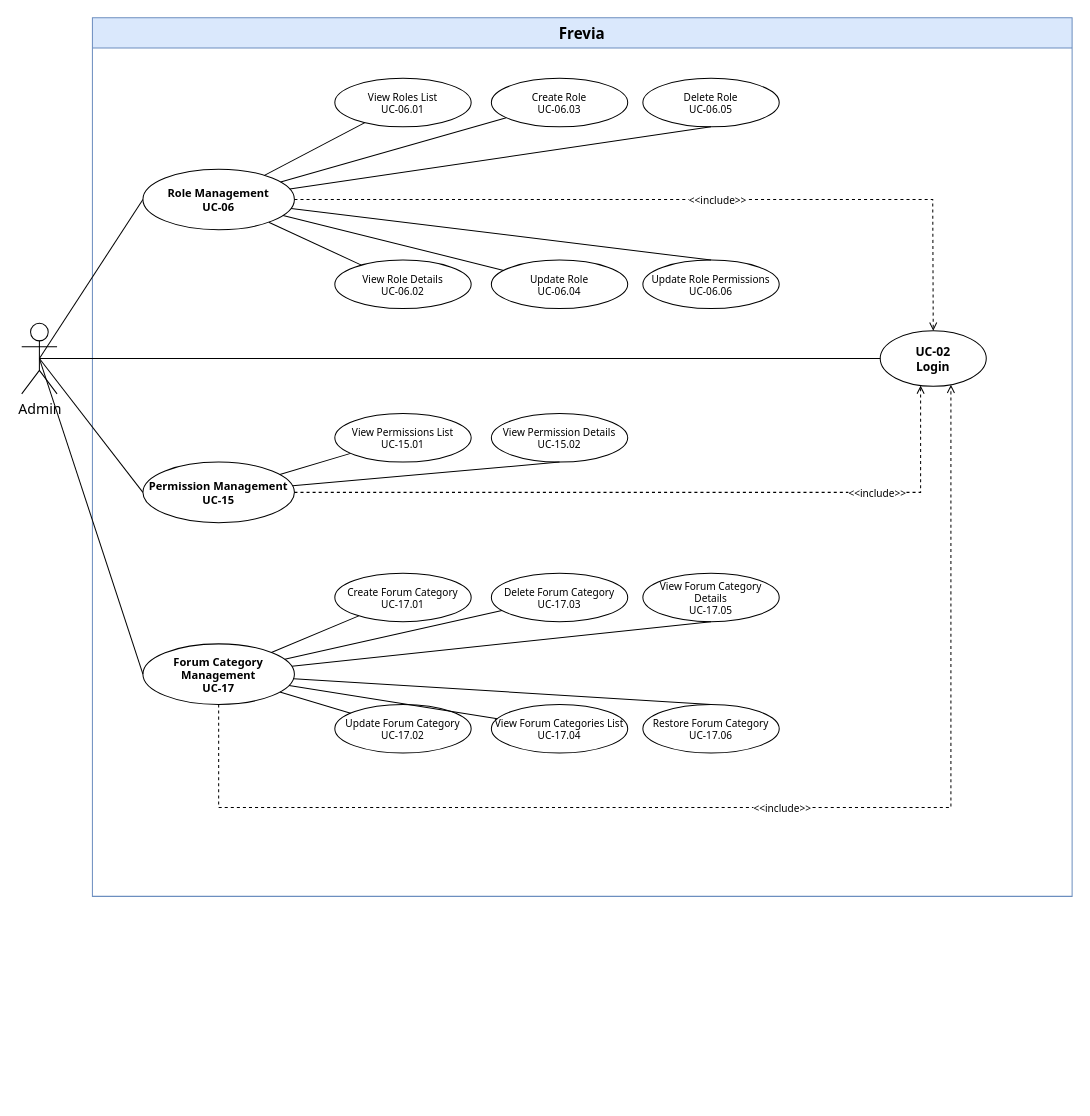
Above: page "Admin 2/4" (2 of 4) of uc-diagrams/Admin.drawio in Thunggg/Frevia (draw.io), before the change. Source tidied: cells renumbered, new cells numbered last; positions are measured from the earlier drawing's top-left corner, leaving out a move shared by most shapes. Both pictures are drawn from the tidied source at 101%, with x=0, y=0 at pixel (21, 17).
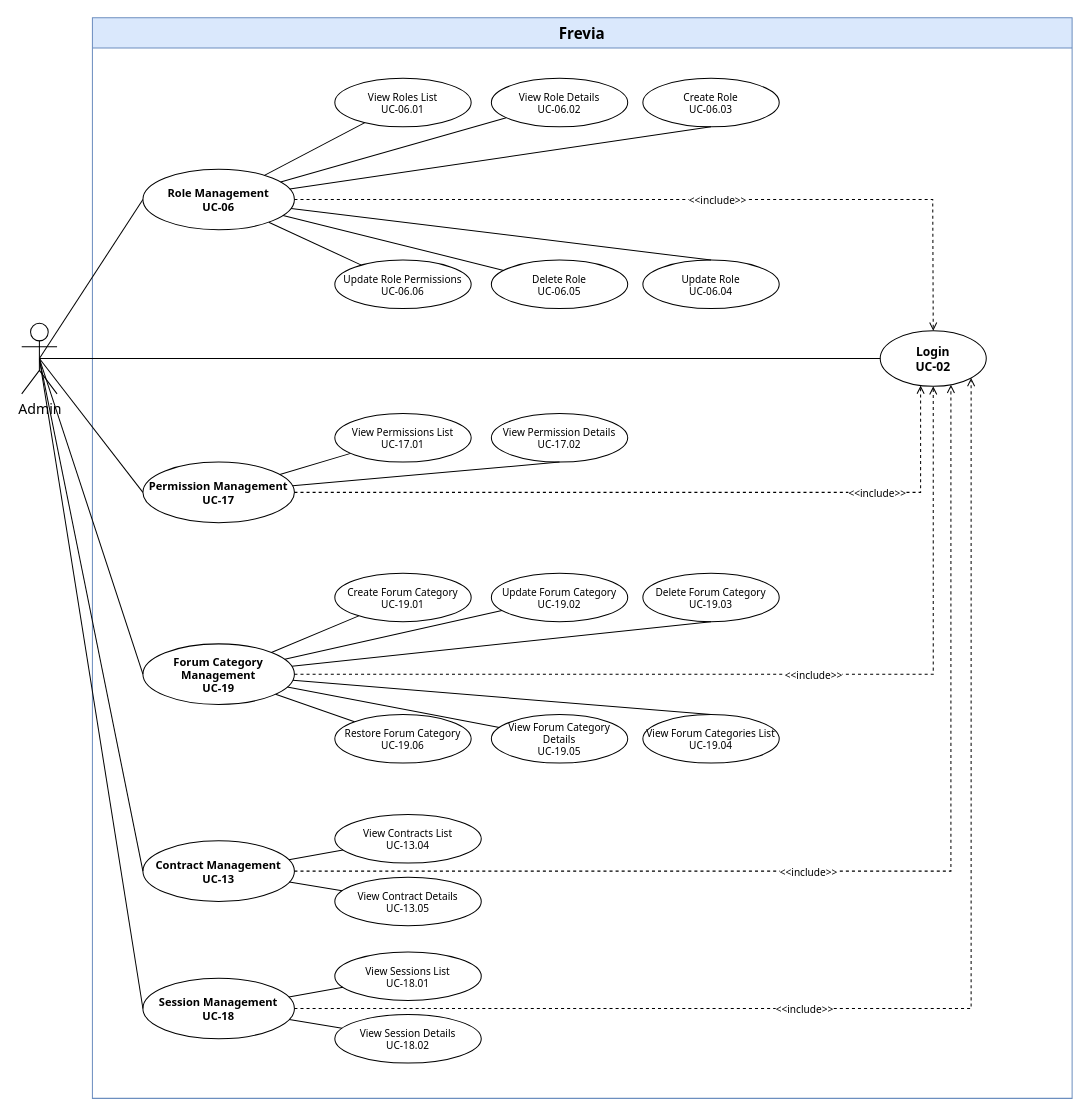
After the change.

The change refers to these unchanged cells:
```xml
<mxCell id="30" value="Admin" style="shape=umlActor;verticalLabelPosition=bottom;verticalAlign=top;html=1;outlineConnect=0;fontSize=14;fontFamily=Tahoma;" parent="1" vertex="1">
  <mxGeometry y="302.5" width="35" height="70" as="geometry" />
</mxCell>
```

What changed in the source:
```diff
@@
     <mxCell id="2" value="Frevia" style="swimlane;whiteSpace=wrap;html=1;startSize=30;fontSize=15;fontFamily=Tahoma;fontStyle=1;fillColor=#dae8fc;strokeColor=#6c8ebf;" parent="1" vertex="1">
-      <mxGeometry x="70" width="970" height="870" as="geometry" />
+      <mxGeometry x="70" width="970" height="1070" as="geometry" />
     </mxCell>
-    <mxCell id="3" value="UC-02&#10;Login" style="ellipse;whiteSpace=wrap;html=1;fontSize=12;fontFamily=Tahoma;fontStyle=1;fillColor=#ffffff;strokeColor=#000000;" parent="2" vertex="1">
+    <mxCell id="3" value="Login&#10;UC-02" style="ellipse;whiteSpace=wrap;html=1;fontSize=12;fontFamily=Tahoma;fontStyle=1;fillColor=#ffffff;strokeColor=#000000;" parent="2" vertex="1">
       <mxGeometry x="780" y="310" width="105" height="55" as="geometry" />
     </mxCell>
@@
-    <mxCell id="6" value="View Role Details&#10;UC-06.02" style="ellipse;whiteSpace=wrap;html=1;fontSize=10;fontFamily=Tahoma;fillColor=#ffffff;strokeColor=#000000;" parent="2" vertex="1">
+    <mxCell id="6" value="Update Role Permissions&#10;UC-06.06" style="ellipse;whiteSpace=wrap;html=1;fontSize=10;fontFamily=Tahoma;fillColor=#ffffff;strokeColor=#000000;" parent="2" vertex="1">
       <mxGeometry x="240" y="240" width="135" height="48" as="geometry" />
     </mxCell>
-    <mxCell id="7" value="Create Role&#10;UC-06.03" style="ellipse;whiteSpace=wrap;html=1;fontSize=10;fontFamily=Tahoma;fillColor=#ffffff;strokeColor=#000000;" parent="2" vertex="1">
+    <mxCell id="7" value="View Role Details&#10;UC-06.02" style="ellipse;whiteSpace=wrap;html=1;fontSize=10;fontFamily=Tahoma;fillColor=#ffffff;strokeColor=#000000;" parent="2" vertex="1">
       <mxGeometry x="395" y="60" width="135" height="48" as="geometry" />
     </mxCell>
-    <mxCell id="8" value="Update Role&#10;UC-06.04" style="ellipse;whiteSpace=wrap;html=1;fontSize=10;fontFamily=Tahoma;fillColor=#ffffff;strokeColor=#000000;" parent="2" vertex="1">
+    <mxCell id="8" value="Delete Role&#10;UC-06.05" style="ellipse;whiteSpace=wrap;html=1;fontSize=10;fontFamily=Tahoma;fillColor=#ffffff;strokeColor=#000000;" parent="2" vertex="1">
       <mxGeometry x="395" y="240" width="135" height="48" as="geometry" />
     </mxCell>
-    <mxCell id="9" value="Delete Role&#10;UC-06.05" style="ellipse;whiteSpace=wrap;html=1;fontSize=10;fontFamily=Tahoma;fillColor=#ffffff;strokeColor=#000000;" parent="2" vertex="1">
+    <mxCell id="9" value="Create Role&#10;UC-06.03" style="ellipse;whiteSpace=wrap;html=1;fontSize=10;fontFamily=Tahoma;fillColor=#ffffff;strokeColor=#000000;" parent="2" vertex="1">
       <mxGeometry x="545" y="60" width="135" height="48" as="geometry" />
     </mxCell>
-    <mxCell id="10" value="Update Role Permissions&#10;UC-06.06" style="ellipse;whiteSpace=wrap;html=1;fontSize=10;fontFamily=Tahoma;fillColor=#ffffff;strokeColor=#000000;" parent="2" vertex="1">
+    <mxCell id="10" value="Update Role&#10;UC-06.04" style="ellipse;whiteSpace=wrap;html=1;fontSize=10;fontFamily=Tahoma;fillColor=#ffffff;strokeColor=#000000;" parent="2" vertex="1">
       <mxGeometry x="545" y="240" width="135" height="48" as="geometry" />
     </mxCell>
-    <mxCell id="11" value="Permission Management&#10;UC-15" style="ellipse;whiteSpace=wrap;html=1;fontSize=11;fontFamily=Tahoma;fontStyle=1;fillColor=#ffffff;strokeColor=#000000;" parent="2" vertex="1">
+    <mxCell id="11" value="Permission Management&#10;UC-17" style="ellipse;whiteSpace=wrap;html=1;fontSize=11;fontFamily=Tahoma;fontStyle=1;fillColor=#ffffff;strokeColor=#000000;" parent="2" vertex="1">
       <mxGeometry x="50" y="440" width="150" height="60" as="geometry" />
     </mxCell>
-    <mxCell id="12" value="View Permissions List&#10;UC-15.01" style="ellipse;whiteSpace=wrap;html=1;fontSize=10;fontFamily=Tahoma;fillColor=#ffffff;strokeColor=#000000;" parent="2" vertex="1">
+    <mxCell id="12" value="View Permissions List&#10;UC-17.01" style="ellipse;whiteSpace=wrap;html=1;fontSize=10;fontFamily=Tahoma;fillColor=#ffffff;strokeColor=#000000;" parent="2" vertex="1">
       <mxGeometry x="240" y="392" width="135" height="48" as="geometry" />
     </mxCell>
-    <mxCell id="13" value="View Permission Details&#10;UC-15.02" style="ellipse;whiteSpace=wrap;html=1;fontSize=10;fontFamily=Tahoma;fillColor=#ffffff;strokeColor=#000000;" parent="2" vertex="1">
+    <mxCell id="13" value="View Permission Details&#10;UC-17.02" style="ellipse;whiteSpace=wrap;html=1;fontSize=10;fontFamily=Tahoma;fillColor=#ffffff;strokeColor=#000000;" parent="2" vertex="1">
       <mxGeometry x="395" y="392" width="135" height="48" as="geometry" />
     </mxCell>
-    <mxCell id="14" value="Forum Category Management&#10;UC-17" style="ellipse;whiteSpace=wrap;html=1;fontSize=11;fontFamily=Tahoma;fontStyle=1;fillColor=#ffffff;strokeColor=#000000;" parent="2" vertex="1">
+    <mxCell id="14" value="Forum Category Management&#10;UC-19" style="ellipse;whiteSpace=wrap;html=1;fontSize=11;fontFamily=Tahoma;fontStyle=1;fillColor=#ffffff;strokeColor=#000000;" parent="2" vertex="1">
       <mxGeometry x="50" y="620" width="150" height="60" as="geometry" />
     </mxCell>
-    <mxCell id="15" value="Create Forum Category&#10;UC-17.01" style="ellipse;whiteSpace=wrap;html=1;fontSize=10;fontFamily=Tahoma;fillColor=#ffffff;strokeColor=#000000;" parent="2" vertex="1">
+    <mxCell id="15" value="Create Forum Category&#10;UC-19.01" style="ellipse;whiteSpace=wrap;html=1;fontSize=10;fontFamily=Tahoma;fillColor=#ffffff;strokeColor=#000000;" parent="2" vertex="1">
       <mxGeometry x="240" y="550" width="135" height="48" as="geometry" />
     </mxCell>
-    <mxCell id="16" value="Delete Forum Category&#10;UC-17.03" style="ellipse;whiteSpace=wrap;html=1;fontSize=10;fontFamily=Tahoma;fillColor=#ffffff;strokeColor=#000000;" parent="2" vertex="1">
+    <mxCell id="16" value="Update Forum Category&#10;UC-19.02" style="ellipse;whiteSpace=wrap;html=1;fontSize=10;fontFamily=Tahoma;fillColor=#ffffff;strokeColor=#000000;" parent="2" vertex="1">
       <mxGeometry x="395" y="550" width="135" height="48" as="geometry" />
     </mxCell>
-    <mxCell id="17" value="View Forum Category Details&lt;br&gt;UC-17.05" style="ellipse;whiteSpace=wrap;html=1;fontSize=10;fontFamily=Tahoma;fillColor=#ffffff;strokeColor=#000000;" parent="2" vertex="1">
+    <mxCell id="17" value="Delete Forum Category&#10;UC-19.03" style="ellipse;whiteSpace=wrap;html=1;fontSize=10;fontFamily=Tahoma;fillColor=#ffffff;strokeColor=#000000;" parent="2" vertex="1">
       <mxGeometry x="545" y="550" width="135" height="48" as="geometry" />
     </mxCell>
@@
-    <mxCell id="24" value="Update Forum Category&#10;UC-17.02" style="ellipse;whiteSpace=wrap;html=1;fontSize=10;fontFamily=Tahoma;fillColor=#ffffff;strokeColor=#000000;" parent="2" vertex="1">
-      <mxGeometry x="240" y="680" width="135" height="48" as="geometry" />
+    <mxCell id="24" value="Restore Forum Category&#10;UC-19.06" style="ellipse;whiteSpace=wrap;html=1;fontSize=10;fontFamily=Tahoma;fillColor=#ffffff;strokeColor=#000000;" parent="2" vertex="1">
+      <mxGeometry x="240" y="690" width="135" height="48" as="geometry" />
     </mxCell>
-    <mxCell id="25" value="View Forum Categories List&#10;UC-17.04" style="ellipse;whiteSpace=wrap;html=1;fontSize=10;fontFamily=Tahoma;fillColor=#ffffff;strokeColor=#000000;" parent="2" vertex="1">
-      <mxGeometry x="395" y="680" width="135" height="48" as="geometry" />
+    <mxCell id="25" value="View Forum Category Details&#10;UC-19.05" style="ellipse;whiteSpace=wrap;html=1;fontSize=10;fontFamily=Tahoma;fillColor=#ffffff;strokeColor=#000000;" parent="2" vertex="1">
+      <mxGeometry x="395" y="690" width="135" height="48" as="geometry" />
     </mxCell>
-    <mxCell id="26" value="Restore Forum Category&#10;UC-17.06" style="ellipse;whiteSpace=wrap;html=1;fontSize=10;fontFamily=Tahoma;fillColor=#ffffff;strokeColor=#000000;" parent="2" vertex="1">
-      <mxGeometry x="545" y="680" width="135" height="48" as="geometry" />
+    <mxCell id="26" value="View Forum Categories List&#10;UC-19.04" style="ellipse;whiteSpace=wrap;html=1;fontSize=10;fontFamily=Tahoma;fillColor=#ffffff;strokeColor=#000000;" parent="2" vertex="1">
+      <mxGeometry x="545" y="690" width="135" height="48" as="geometry" />
     </mxCell>
@@
+    <mxCell id="43" value="Contract Management&#10;UC-13" style="ellipse;whiteSpace=wrap;html=1;fontSize=11;fontFamily=Tahoma;fontStyle=1;fillColor=#ffffff;strokeColor=#000000;" parent="2" vertex="1">
+      <mxGeometry x="50" y="815" width="150" height="60" as="geometry" />
+    </mxCell>
+    <mxCell id="44" value="View Contracts List&#10;UC-13.04" style="ellipse;whiteSpace=wrap;html=1;fontSize=10;fontFamily=Tahoma;fillColor=#ffffff;strokeColor=#000000;" parent="2" vertex="1">
+      <mxGeometry x="240" y="789" width="145" height="48" as="geometry" />
+    </mxCell>
+    <mxCell id="45" value="View Contract Details&#10;UC-13.05" style="ellipse;whiteSpace=wrap;html=1;fontSize=10;fontFamily=Tahoma;fillColor=#ffffff;strokeColor=#000000;" parent="2" vertex="1">
+      <mxGeometry x="240" y="851" width="145" height="48" as="geometry" />
+    </mxCell>
+    <mxCell id="46" value="Session Management&#10;UC-18" style="ellipse;whiteSpace=wrap;html=1;fontSize=11;fontFamily=Tahoma;fontStyle=1;fillColor=#ffffff;strokeColor=#000000;" parent="2" vertex="1">
+      <mxGeometry x="50" y="951" width="150" height="60" as="geometry" />
+    </mxCell>
+    <mxCell id="47" value="View Sessions List&#10;UC-18.01" style="ellipse;whiteSpace=wrap;html=1;fontSize=10;fontFamily=Tahoma;fillColor=#ffffff;strokeColor=#000000;" parent="2" vertex="1">
+      <mxGeometry x="240" y="925" width="145" height="48" as="geometry" />
+    </mxCell>
+    <mxCell id="48" value="View Session Details&#10;UC-18.02" style="ellipse;whiteSpace=wrap;html=1;fontSize=10;fontFamily=Tahoma;fillColor=#ffffff;strokeColor=#000000;" parent="2" vertex="1">
+      <mxGeometry x="240" y="987" width="145" height="48" as="geometry" />
+    </mxCell>
@@
     <mxCell id="42" value="&amp;lt;&amp;lt;include&amp;gt;&amp;gt;" style="edgeStyle=orthogonalEdgeStyle;rounded=0;endArrow=open;dashed=1;html=1;strokeColor=#000000;fontSize=10;fontFamily=Tahoma;labelBackgroundColor=#ffffff;align=center;verticalAlign=middle;" parent="1" edge="1" source="14" target="3">
-      <mxGeometry x="0.06" relative="1" as="geometry">
-        <Array as="points">
-          <mxPoint x="920" y="782" />
-        </Array>
-      </mxGeometry>
+      <mxGeometry x="0.12" relative="1" as="geometry" />
     </mxCell>
+    <mxCell id="49" style="endArrow=none;html=1;rounded=0;fontFamily=Tahoma;fontSize=13;exitX=0.5;exitY=0.5;exitDx=0;exitDy=0;exitPerimeter=0;entryX=0;entryY=0.5;entryDx=0;entryDy=0;" parent="1" edge="1" source="30" target="43">
+      <mxGeometry relative="1" as="geometry" />
+    </mxCell>
+    <mxCell id="50" value="&amp;lt;&amp;lt;include&amp;gt;&amp;gt;" style="edgeStyle=orthogonalEdgeStyle;rounded=0;endArrow=open;dashed=1;html=1;strokeColor=#000000;fontSize=10;fontFamily=Tahoma;labelBackgroundColor=#ffffff;align=center;verticalAlign=middle;" parent="1" edge="1" source="43" target="3">
+      <mxGeometry x="-0.1" relative="1" as="geometry">
+        <Array as="points">
+          <mxPoint x="920" y="845" />
+        </Array>
+      </mxGeometry>
+    </mxCell>
+    <mxCell id="51" style="endArrow=none;html=1;rounded=0;fontFamily=Tahoma;fontSize=13;" parent="1" edge="1" source="43" target="44">
+      <mxGeometry relative="1" as="geometry" />
+    </mxCell>
+    <mxCell id="52" style="endArrow=none;html=1;rounded=0;fontFamily=Tahoma;fontSize=13;" parent="1" edge="1" source="43" target="45">
+      <mxGeometry relative="1" as="geometry" />
+    </mxCell>
+    <mxCell id="53" style="endArrow=none;html=1;rounded=0;fontFamily=Tahoma;fontSize=13;exitX=0.5;exitY=0.5;exitDx=0;exitDy=0;exitPerimeter=0;entryX=0;entryY=0.5;entryDx=0;entryDy=0;" parent="1" edge="1" source="30" target="46">
+      <mxGeometry relative="1" as="geometry" />
+    </mxCell>
+    <mxCell id="54" value="&amp;lt;&amp;lt;include&amp;gt;&amp;gt;" style="edgeStyle=orthogonalEdgeStyle;rounded=0;endArrow=open;dashed=1;html=1;strokeColor=#000000;fontSize=10;fontFamily=Tahoma;labelBackgroundColor=#ffffff;align=center;verticalAlign=middle;" parent="1" edge="1" source="46" target="3">
+      <mxGeometry x="-0.22" relative="1" as="geometry">
+        <Array as="points">
+          <mxPoint x="940" y="981" />
+        </Array>
+      </mxGeometry>
+    </mxCell>
+    <mxCell id="55" style="endArrow=none;html=1;rounded=0;fontFamily=Tahoma;fontSize=13;" parent="1" edge="1" source="46" target="47">
+      <mxGeometry relative="1" as="geometry" />
+    </mxCell>
+    <mxCell id="56" style="endArrow=none;html=1;rounded=0;fontFamily=Tahoma;fontSize=13;" parent="1" edge="1" source="46" target="48">
+      <mxGeometry relative="1" as="geometry" />
+    </mxCell>
```
